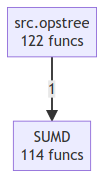
semcod/op3 keeps this Mermaid diagram as project/compact_flow.png. Above is the earlier version. Its source is kept beside it as project/compact_flow.mmd.
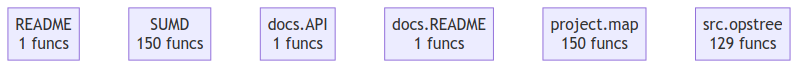
The same diagram one commit later.

Change to the diagram source:
```diff
@@ -1,4 +1,7 @@
 flowchart TD
-    SUMD["SUMD<br/>114 funcs"]
-    src__opstree["src.opstree<br/>122 funcs"]
-    src__opstree -->|1| SUMD
+    README["README<br/>1 funcs"]
+    SUMD["SUMD<br/>150 funcs"]
+    docs__API["docs.API<br/>1 funcs"]
+    docs__README["docs.README<br/>1 funcs"]
+    project__map["project.map<br/>150 funcs"]
+    src__opstree["src.opstree<br/>129 funcs"]
```
